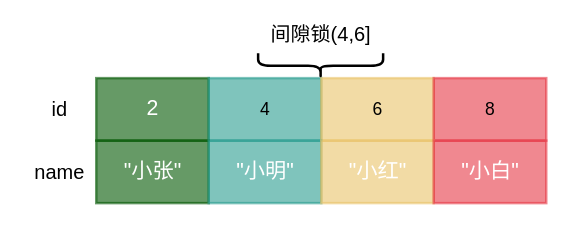
boilingfrog/Go-POINT keeps this draw.io diagram as page "mysql-next-key-case-1" (2 of 23) of mysql/mysql.drawio. Above is the earlier version. Source tidied: cells renumbered, new cells numbered last; positions are measured from the earlier drawing's top-left corner, leaving out a move shared by most shapes. Both pictures are drawn from the tidied source at 125%, with x=0, y=0 at pixel (20, 21).
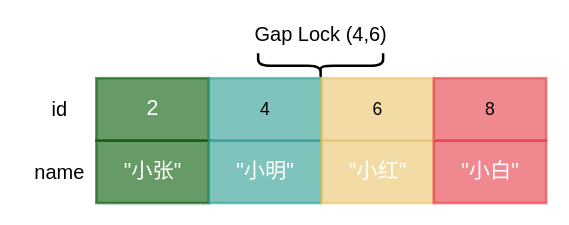
The same diagram, later.

Commit message (it also covers changes not shown here):
feat:MySQL 中的锁

Change to the diagram source:
```diff
@@
 <mxGraphModel>
   <root>
     <mxCell id="0" />
     <mxCell id="1" parent="0" />
     <mxCell id="2" value="&lt;span style=&quot;font-size: 17px&quot;&gt;2&lt;/span&gt;" style="rounded=0;whiteSpace=wrap;html=1;fillStyle=auto;fontSize=14;strokeColor=#005700;strokeWidth=2;fillColor=#005700;fontColor=#ffffff;opacity=60;" parent="1" vertex="1">
       <mxGeometry x="60.5" y="45" width="90" height="50" as="geometry" />
     </mxCell>
     <mxCell id="3" value="4" style="rounded=0;whiteSpace=wrap;html=1;fillStyle=auto;fontSize=14;strokeColor=#2A9D8F;strokeWidth=2;fillColor=#2A9D8F;opacity=60;" parent="1" vertex="1">
       <mxGeometry x="150.5" y="45" width="90" height="50" as="geometry" />
     </mxCell>
     <mxCell id="4" value="6" style="rounded=0;whiteSpace=wrap;html=1;fillStyle=auto;fontSize=14;strokeColor=#E9C46A;strokeWidth=2;fillColor=#E9C46A;opacity=60;" parent="1" vertex="1">
       <mxGeometry x="240.5" y="45" width="90" height="50" as="geometry" />
     </mxCell>
     <mxCell id="5" value="8" style="rounded=0;whiteSpace=wrap;html=1;fillStyle=auto;fontSize=14;strokeColor=#E63946;strokeWidth=2;fillColor=#E63946;opacity=60;" parent="1" vertex="1">
       <mxGeometry x="330.5" y="45" width="90" height="50" as="geometry" />
     </mxCell>
     <mxCell id="6" value="&lt;span style=&quot;font-size: 17px&quot;&gt;&quot;小张&quot;&lt;/span&gt;" style="rounded=0;whiteSpace=wrap;html=1;fillStyle=auto;fontSize=14;strokeColor=#005700;strokeWidth=2;fillColor=#005700;fontColor=#ffffff;opacity=60;" parent="1" vertex="1">
       <mxGeometry x="60.5" y="95" width="90" height="50" as="geometry" />
     </mxCell>
     <mxCell id="7" value="&lt;span style=&quot;color: rgb(255 , 255 , 255) ; font-size: 17px&quot;&gt;&quot;小明&quot;&lt;/span&gt;" style="rounded=0;whiteSpace=wrap;html=1;fillStyle=auto;fontSize=14;strokeColor=#2A9D8F;strokeWidth=2;fillColor=#2A9D8F;opacity=60;" parent="1" vertex="1">
       <mxGeometry x="150.5" y="95" width="90" height="50" as="geometry" />
     </mxCell>
     <mxCell id="8" value="&lt;span style=&quot;color: rgb(255 , 255 , 255) ; font-size: 17px&quot;&gt;&quot;小红&quot;&lt;/span&gt;" style="rounded=0;whiteSpace=wrap;html=1;fillStyle=auto;fontSize=14;strokeColor=#E9C46A;strokeWidth=2;fillColor=#E9C46A;opacity=60;" parent="1" vertex="1">
       <mxGeometry x="240.5" y="95" width="90" height="50" as="geometry" />
     </mxCell>
     <mxCell id="9" value="&lt;span style=&quot;color: rgb(255 , 255 , 255) ; font-size: 17px&quot;&gt;&quot;小白&quot;&lt;/span&gt;" style="rounded=0;whiteSpace=wrap;html=1;fillStyle=auto;fontSize=14;strokeColor=#E63946;strokeWidth=2;fillColor=#E63946;opacity=60;" parent="1" vertex="1">
       <mxGeometry x="330.5" y="95" width="90" height="50" as="geometry" />
     </mxCell>
-    <mxCell id="10" value="&lt;font style=&quot;font-size: 16px&quot;&gt;间隙锁(4,6]&lt;/font&gt;" style="text;html=1;align=center;verticalAlign=middle;strokeColor=none;fillColor=none;" parent="1" vertex="1">
-      <mxGeometry x="190" width="100" height="20" as="geometry" />
+    <mxCell id="10" value="&lt;font style=&quot;font-size: 16px&quot;&gt;Gap Lock (4,6)&lt;/font&gt;" style="text;html=1;align=center;verticalAlign=middle;strokeColor=none;fillColor=none;" parent="1" vertex="1">
+      <mxGeometry x="180" width="120" height="20" as="geometry" />
     </mxCell>
     <mxCell id="11" style="shape=curlyBracket;whiteSpace=wrap;html=1;rounded=1;fontSize=16;direction=north;strokeWidth=2;" parent="1" vertex="1">
       <mxGeometry x="190" y="25" width="100" height="20" as="geometry" />
     </mxCell>
     <mxCell id="12" value="&lt;font style=&quot;font-size: 16px&quot;&gt;id&lt;/font&gt;" style="text;html=1;align=center;verticalAlign=middle;strokeColor=none;fillColor=none;" parent="1" vertex="1">
       <mxGeometry x="15.5" y="60" width="30" height="20" as="geometry" />
     </mxCell>
     <mxCell id="13" value="name" style="text;html=1;align=center;verticalAlign=middle;strokeColor=none;fillColor=none;fontSize=16;" parent="1" vertex="1">
       <mxGeometry x="0.5" y="110" width="60" height="20" as="geometry" />
     </mxCell>
   </root>
 </mxGraphModel>
```
